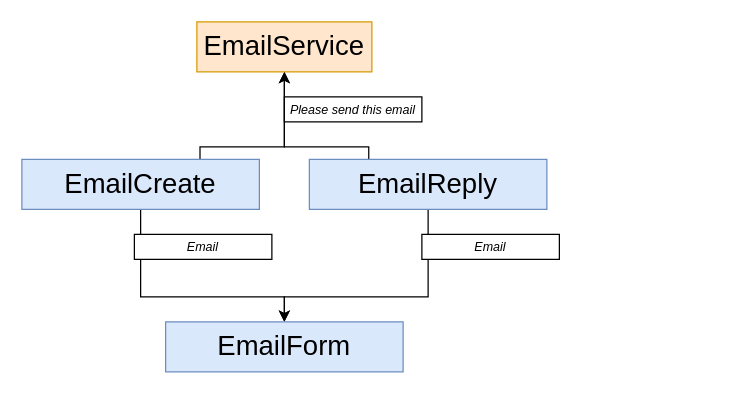
StephenGrider/ng-casts keeps this draw.io diagram as page "09 - comp" (9 of 10) of diagrams/auth/emails.drawio. Above is the earlier version. Source tidied: cells renumbered, new cells numbered last; positions are measured from the earlier drawing's top-left corner, leaving out a move shared by most shapes. Both pictures are drawn from the tidied source at 125%, with x=0, y=0 at pixel (21, 21).
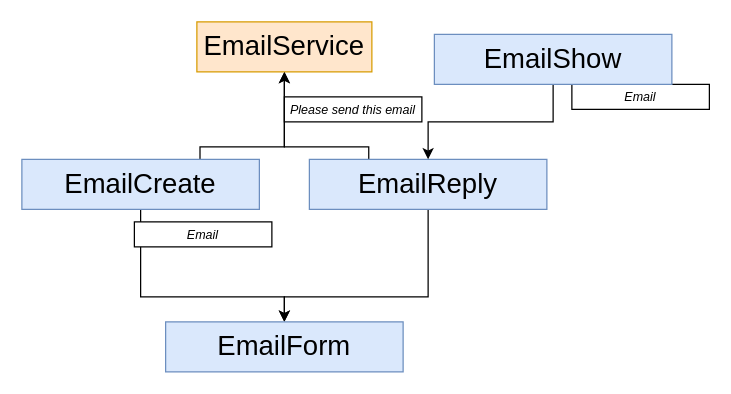
The same diagram, later.

The change refers to these unchanged cells:
```xml
<mxCell id="8" value="EmailReply" style="rounded=0;whiteSpace=wrap;html=1;fillColor=#dae8fc;strokeColor=#6c8ebf;fontSize=22;" parent="1" vertex="1">
  <mxGeometry x="230" y="110" width="190" height="40" as="geometry" />
</mxCell>
```

Diff of the diagram source:
```diff
@@
     <mxCell id="11" value="&lt;i style=&quot;font-size: 10px&quot;&gt;Email&lt;/i&gt;" style="rounded=0;whiteSpace=wrap;html=1;fontSize=10;" parent="1" vertex="1">
-      <mxGeometry x="90" y="170" width="110" height="20" as="geometry" />
+      <mxGeometry x="90" y="160" width="110" height="20" as="geometry" />
     </mxCell>
     <mxCell id="12" value="&lt;i style=&quot;font-size: 10px&quot;&gt;Email&lt;/i&gt;" style="rounded=0;whiteSpace=wrap;html=1;fontSize=10;" parent="1" vertex="1">
-      <mxGeometry x="320" y="170" width="110" height="20" as="geometry" />
+      <mxGeometry x="440" y="50" width="110" height="20" as="geometry" />
     </mxCell>
+    <mxCell id="13" style="edgeStyle=orthogonalEdgeStyle;rounded=0;jettySize=auto;html=1;exitX=0.5;exitY=1;exitDx=0;exitDy=0;fontSize=17;" parent="1" edge="1" source="14" target="8">
+      <mxGeometry relative="1" as="geometry" />
+    </mxCell>
+    <mxCell id="14" value="EmailShow" style="rounded=0;whiteSpace=wrap;html=1;fillColor=#dae8fc;strokeColor=#6c8ebf;fontSize=22;" parent="1" vertex="1">
+      <mxGeometry x="330" y="10" width="190" height="40" as="geometry" />
+    </mxCell>
```
